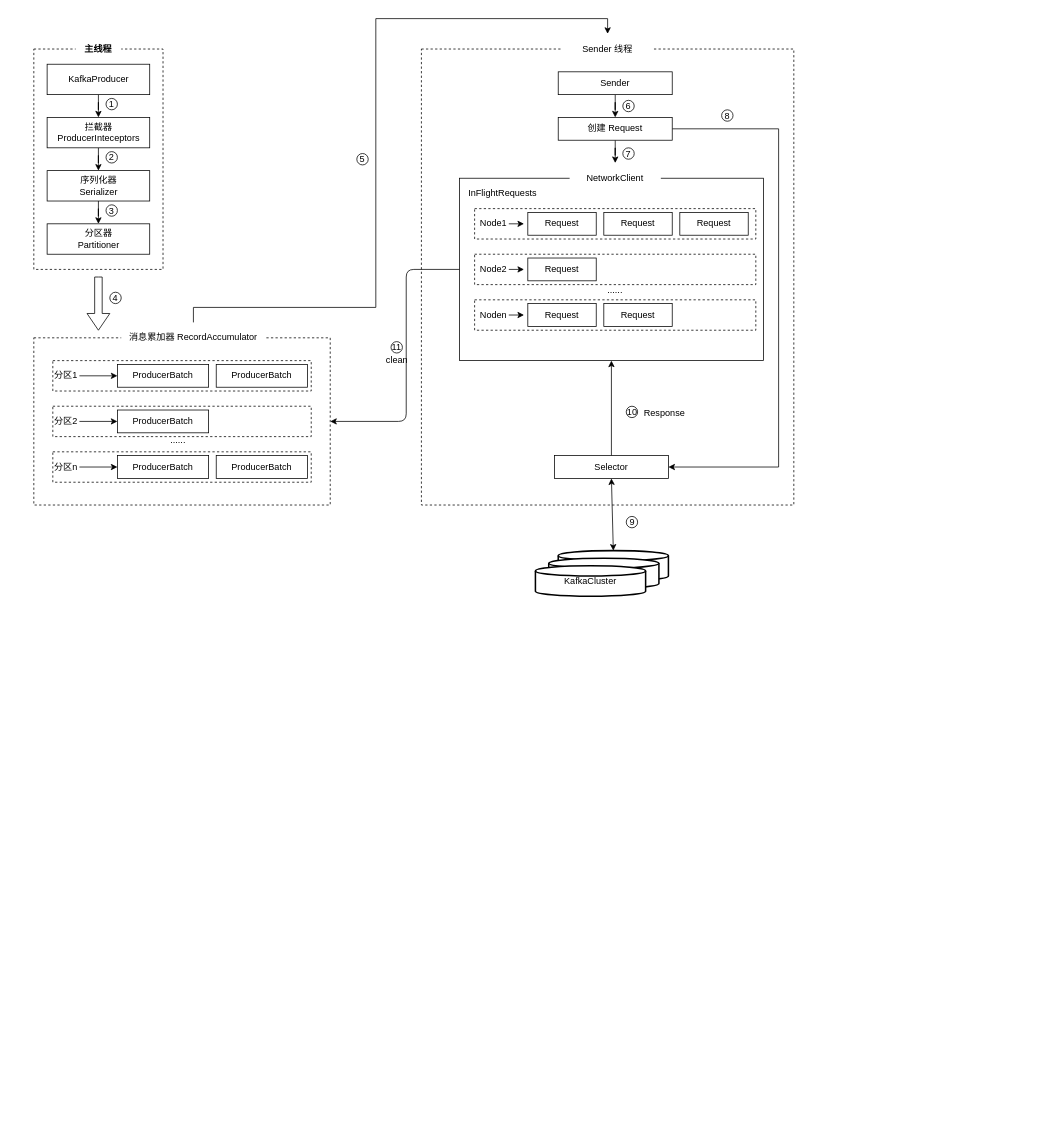
This is kafka_producer.drawio from zhangyuanyin/bigdata_chars, a draw.io file, before an edit. Source tidied: cells renumbered, new cells numbered last; positions are measured from the earlier drawing's top-left corner, leaving out a move shared by most shapes. Both pictures are drawn from the tidied source at 76%, with x=0, y=0 at pixel (33, 18).
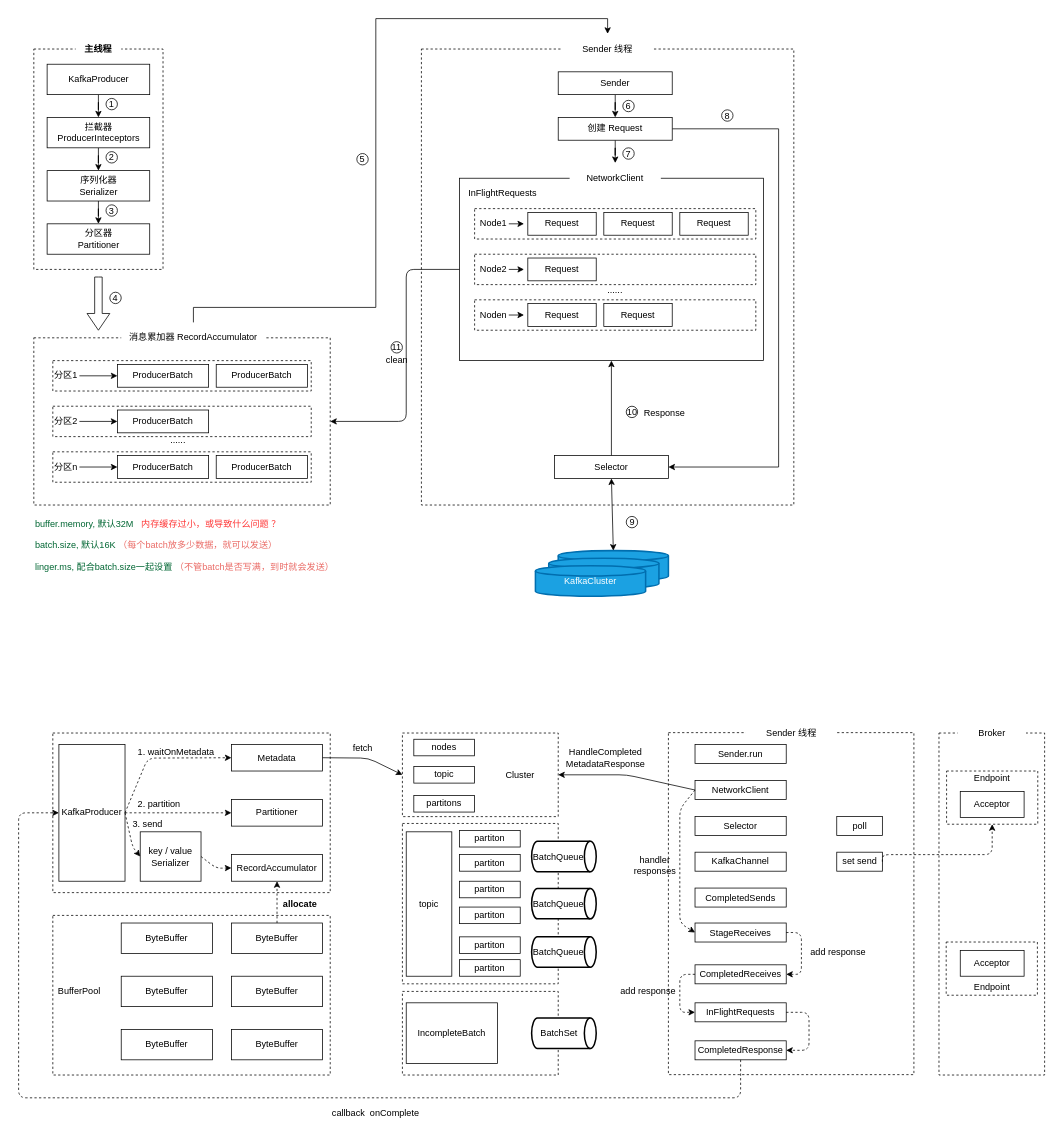
The same diagram, later.

Change to the diagram source:
```diff
@@
-    <mxCell id="57" style="strokeWidth=2;html=1;shape=mxgraph.flowchart.database;whiteSpace=wrap;" parent="1" vertex="1">
+    <mxCell id="57" style="strokeWidth=2;html=1;shape=mxgraph.flowchart.database;whiteSpace=wrap;fillColor=#1ba1e2;strokeColor=#006EAF;fontColor=#ffffff;" parent="1" vertex="1">
       <mxGeometry x="690" y="700" width="145" height="40" as="geometry" />
     </mxCell>
-    <mxCell id="58" style="strokeWidth=2;html=1;shape=mxgraph.flowchart.database;whiteSpace=wrap;" parent="1" vertex="1">
+    <mxCell id="58" style="strokeWidth=2;html=1;shape=mxgraph.flowchart.database;whiteSpace=wrap;fillColor=#1ba1e2;strokeColor=#006EAF;fontColor=#ffffff;" parent="1" vertex="1">
       <mxGeometry x="677.5" y="710" width="145" height="40" as="geometry" />
     </mxCell>
-    <mxCell id="59" value="KafkaCluster" style="strokeWidth=2;html=1;shape=mxgraph.flowchart.database;whiteSpace=wrap;" parent="1" vertex="1">
+    <mxCell id="59" value="KafkaCluster" style="strokeWidth=2;html=1;shape=mxgraph.flowchart.database;whiteSpace=wrap;fillColor=#1ba1e2;strokeColor=#006EAF;fontColor=#ffffff;" parent="1" vertex="1">
       <mxGeometry x="660" y="720" width="145" height="40" as="geometry" />
     </mxCell>
@@
+    <mxCell id="76" value="&lt;font color=&quot;#006633&quot;&gt;buffer.memory, 默认32M&amp;nbsp; &amp;nbsp;&lt;/font&gt;&lt;font color=&quot;#ff3333&quot;&gt;内存缓存过小，或导致什么问题 ？&lt;/font&gt;&lt;br&gt;&lt;br&gt;&lt;font color=&quot;#006633&quot;&gt;batch.size, 默认16K &lt;/font&gt;&lt;font color=&quot;#ea6b66&quot;&gt;（每个batch放多少数据，就可以发送）&lt;/font&gt;&lt;br&gt;&lt;br&gt;&lt;font color=&quot;#006633&quot;&gt;linger.ms, 配合batch.size一起设置&lt;/font&gt;&lt;font color=&quot;#ea6b66&quot;&gt; （不管batch是否写满，到时就会发送）&lt;br&gt;&lt;/font&gt;" style="text;html=1;strokeColor=none;fillColor=none;align=left;verticalAlign=middle;whiteSpace=wrap;rounded=0;" parent="1" vertex="1">
+      <mxGeometry y="655" width="400" height="75" as="geometry" />
+    </mxCell>
+    <mxCell id="77" style="rounded=0;whiteSpace=wrap;html=1;dashed=1;" parent="1" vertex="1">
+      <mxGeometry x="25" y="940" width="365" height="210" as="geometry" />
+    </mxCell>
+    <mxCell id="78" style="rounded=0;whiteSpace=wrap;html=1;dashed=1;" parent="1" vertex="1">
+      <mxGeometry x="25" y="1180" width="365" height="210" as="geometry" />
+    </mxCell>
+    <mxCell id="79" style="rounded=0;whiteSpace=wrap;html=1;dashed=1;" parent="1" vertex="1">
+      <mxGeometry x="485" y="940" width="205" height="110" as="geometry" />
+    </mxCell>
+    <mxCell id="80" style="rounded=0;whiteSpace=wrap;html=1;dashed=1;" parent="1" vertex="1">
+      <mxGeometry x="485" y="1059" width="205" height="211" as="geometry" />
+    </mxCell>
+    <mxCell id="81" style="rounded=0;whiteSpace=wrap;html=1;dashed=1;" parent="1" vertex="1">
+      <mxGeometry x="485" y="1280" width="205" height="110" as="geometry" />
+    </mxCell>
+    <mxCell id="82" style="rounded=0;whiteSpace=wrap;html=1;dashed=1;" parent="1" vertex="1">
+      <mxGeometry x="835" y="939.5" width="323" height="450" as="geometry" />
+    </mxCell>
+    <mxCell id="83" style="rounded=0;whiteSpace=wrap;html=1;dashed=1;" parent="1" vertex="1">
+      <mxGeometry x="1191" y="940" width="139" height="450" as="geometry" />
+    </mxCell>
+    <mxCell id="84" value="KafkaProducer" style="rounded=0;whiteSpace=wrap;html=1;" parent="1" vertex="1">
+      <mxGeometry x="33" y="955" width="87" height="180" as="geometry" />
+    </mxCell>
+    <mxCell id="85" value="key / value&lt;br&gt;Serializer" style="rounded=0;whiteSpace=wrap;html=1;" parent="1" vertex="1">
+      <mxGeometry x="140" y="1070" width="80" height="65" as="geometry" />
+    </mxCell>
+    <mxCell id="86" value="Metadata" style="rounded=0;whiteSpace=wrap;html=1;" parent="1" vertex="1">
+      <mxGeometry x="260" y="955" width="120" height="35" as="geometry" />
+    </mxCell>
+    <mxCell id="87" value="Partitioner" style="rounded=0;whiteSpace=wrap;html=1;" parent="1" vertex="1">
+      <mxGeometry x="260" y="1027.5" width="120" height="35" as="geometry" />
+    </mxCell>
+    <mxCell id="88" value="RecordAccumulator" style="rounded=0;whiteSpace=wrap;html=1;" parent="1" vertex="1">
+      <mxGeometry x="260" y="1100" width="120" height="35" as="geometry" />
+    </mxCell>
+    <mxCell id="89" style="endArrow=classic;html=1;exitX=1;exitY=0.5;exitDx=0;exitDy=0;entryX=0;entryY=0.5;entryDx=0;entryDy=0;dashed=1;" parent="1" edge="1" source="84" target="86">
+      <mxGeometry relative="1" as="geometry">
+        <Array as="points">
+          <mxPoint x="150" y="973" />
+        </Array>
+      </mxGeometry>
+    </mxCell>
+    <mxCell id="90" value="1. waitOnMetadata" style="text;html=1;strokeColor=none;fillColor=none;align=left;verticalAlign=middle;whiteSpace=wrap;rounded=0;" parent="1" vertex="1">
+      <mxGeometry x="135" y="955" width="110" height="20" as="geometry" />
+    </mxCell>
+    <mxCell id="91" style="endArrow=classic;html=1;exitX=1;exitY=0.5;exitDx=0;exitDy=0;entryX=0;entryY=0.5;entryDx=0;entryDy=0;dashed=1;" parent="1" edge="1" source="84" target="87">
+      <mxGeometry relative="1" as="geometry" />
+    </mxCell>
+    <mxCell id="92" value="2. partition" style="text;html=1;strokeColor=none;fillColor=none;align=left;verticalAlign=middle;whiteSpace=wrap;rounded=0;" parent="1" vertex="1">
+      <mxGeometry x="135" y="1024" width="100" height="20" as="geometry" />
+    </mxCell>
+    <mxCell id="93" style="endArrow=classic;html=1;exitX=1;exitY=0.5;exitDx=0;exitDy=0;entryX=0;entryY=0.5;entryDx=0;entryDy=0;dashed=1;" parent="1" edge="1" source="84" target="85">
+      <mxGeometry relative="1" as="geometry">
+        <Array as="points">
+          <mxPoint x="130" y="1090" />
+        </Array>
+      </mxGeometry>
+    </mxCell>
+    <mxCell id="94" value="3. send" style="text;html=1;strokeColor=none;fillColor=none;align=center;verticalAlign=middle;whiteSpace=wrap;rounded=0;" parent="1" vertex="1">
+      <mxGeometry x="120" y="1050" width="60" height="20" as="geometry" />
+    </mxCell>
+    <mxCell id="95" style="endArrow=classic;html=1;exitX=1;exitY=0.5;exitDx=0;exitDy=0;entryX=0;entryY=0.5;entryDx=0;entryDy=0;dashed=1;" parent="1" edge="1" source="85" target="88">
+      <mxGeometry relative="1" as="geometry">
+        <Array as="points">
+          <mxPoint x="240" y="1118" />
+        </Array>
+      </mxGeometry>
+    </mxCell>
+    <mxCell id="96" value="BufferPool" style="text;html=1;strokeColor=none;fillColor=none;align=center;verticalAlign=middle;whiteSpace=wrap;rounded=0;" parent="1" vertex="1">
+      <mxGeometry x="40" y="1270" width="40" height="20" as="geometry" />
+    </mxCell>
+    <mxCell id="97" value="ByteBuffer" style="rounded=0;whiteSpace=wrap;html=1;" parent="1" vertex="1">
+      <mxGeometry x="115" y="1190" width="120" height="40" as="geometry" />
+    </mxCell>
+    <mxCell id="98" style="edgeStyle=orthogonalEdgeStyle;rounded=0;jettySize=auto;html=1;entryX=0.5;entryY=1;entryDx=0;entryDy=0;dashed=1;" parent="1" edge="1" source="99" target="88">
+      <mxGeometry relative="1" as="geometry" />
+    </mxCell>
+    <mxCell id="99" value="ByteBuffer" style="rounded=0;whiteSpace=wrap;html=1;" parent="1" vertex="1">
+      <mxGeometry x="260" y="1190" width="120" height="40" as="geometry" />
+    </mxCell>
+    <mxCell id="100" value="ByteBuffer" style="rounded=0;whiteSpace=wrap;html=1;" parent="1" vertex="1">
+      <mxGeometry x="115" y="1260" width="120" height="40" as="geometry" />
+    </mxCell>
+    <mxCell id="101" value="ByteBuffer" style="rounded=0;whiteSpace=wrap;html=1;" parent="1" vertex="1">
+      <mxGeometry x="115" y="1330" width="120" height="40" as="geometry" />
+    </mxCell>
+    <mxCell id="102" value="ByteBuffer" style="rounded=0;whiteSpace=wrap;html=1;" parent="1" vertex="1">
+      <mxGeometry x="260" y="1260" width="120" height="40" as="geometry" />
+    </mxCell>
+    <mxCell id="103" value="ByteBuffer" style="rounded=0;whiteSpace=wrap;html=1;" parent="1" vertex="1">
+      <mxGeometry x="260" y="1330" width="120" height="40" as="geometry" />
+    </mxCell>
+    <mxCell id="104" value="&lt;b&gt;allocate&lt;/b&gt;" style="text;html=1;align=center;verticalAlign=middle;strokeColor=none;" parent="1" vertex="1">
+      <mxGeometry x="320" y="1155" width="60" height="20" as="geometry" />
+    </mxCell>
+    <mxCell id="105" value="nodes" style="rounded=0;whiteSpace=wrap;html=1;" parent="1" vertex="1">
+      <mxGeometry x="500" y="948.2" width="80" height="21.8" as="geometry" />
+    </mxCell>
+    <mxCell id="106" value="topic" style="rounded=0;whiteSpace=wrap;html=1;" parent="1" vertex="1">
+      <mxGeometry x="500" y="984.1" width="80" height="21.8" as="geometry" />
+    </mxCell>
+    <mxCell id="107" value="partitons" style="rounded=0;whiteSpace=wrap;html=1;" parent="1" vertex="1">
+      <mxGeometry x="500" y="1022.2" width="80" height="21.8" as="geometry" />
+    </mxCell>
+    <mxCell id="108" value="Cluster" style="text;html=1;strokeColor=none;fillColor=none;align=center;verticalAlign=middle;whiteSpace=wrap;rounded=0;" parent="1" vertex="1">
+      <mxGeometry x="620" y="986" width="40" height="20" as="geometry" />
+    </mxCell>
+    <mxCell id="109" value="topic" style="rounded=0;whiteSpace=wrap;html=1;" parent="1" vertex="1">
+      <mxGeometry x="490" y="1070" width="60" height="190" as="geometry" />
+    </mxCell>
+    <mxCell id="110" value="partiton" style="rounded=0;whiteSpace=wrap;html=1;" parent="1" vertex="1">
+      <mxGeometry x="560" y="1100" width="80" height="21.8" as="geometry" />
+    </mxCell>
+    <mxCell id="111" value="partiton" style="rounded=0;whiteSpace=wrap;html=1;" parent="1" vertex="1">
+      <mxGeometry x="560" y="1135" width="80" height="21.8" as="geometry" />
+    </mxCell>
+    <mxCell id="112" value="partiton" style="rounded=0;whiteSpace=wrap;html=1;" parent="1" vertex="1">
+      <mxGeometry x="560" y="1169" width="80" height="21.8" as="geometry" />
+    </mxCell>
+    <mxCell id="113" value="partiton" style="rounded=0;whiteSpace=wrap;html=1;" parent="1" vertex="1">
+      <mxGeometry x="560" y="1208.2" width="80" height="21.8" as="geometry" />
+    </mxCell>
+    <mxCell id="114" value="partiton" style="rounded=0;whiteSpace=wrap;html=1;" parent="1" vertex="1">
+      <mxGeometry x="560" y="1238.2" width="80" height="21.8" as="geometry" />
+    </mxCell>
+    <mxCell id="115" value="partiton" style="rounded=0;whiteSpace=wrap;html=1;" parent="1" vertex="1">
+      <mxGeometry x="560" y="1068.2" width="80" height="21.8" as="geometry" />
+    </mxCell>
+    <mxCell id="116" value="BatchQueue" style="strokeWidth=2;html=1;shape=mxgraph.flowchart.direct_data;whiteSpace=wrap;align=left;" parent="1" vertex="1">
+      <mxGeometry x="655" y="1082.5" width="85" height="40" as="geometry" />
+    </mxCell>
+    <mxCell id="117" value="BatchQueue" style="strokeWidth=2;html=1;shape=mxgraph.flowchart.direct_data;whiteSpace=wrap;align=left;" parent="1" vertex="1">
+      <mxGeometry x="655" y="1144.5" width="85" height="40" as="geometry" />
+    </mxCell>
+    <mxCell id="118" value="BatchQueue" style="strokeWidth=2;html=1;shape=mxgraph.flowchart.direct_data;whiteSpace=wrap;align=left;" parent="1" vertex="1">
+      <mxGeometry x="655" y="1208.2" width="85" height="40" as="geometry" />
+    </mxCell>
+    <mxCell id="119" value="IncompleteBatch" style="rounded=0;whiteSpace=wrap;html=1;" parent="1" vertex="1">
+      <mxGeometry x="490" y="1295" width="120" height="80" as="geometry" />
+    </mxCell>
+    <mxCell id="120" value="&amp;nbsp; &amp;nbsp;BatchSet" style="strokeWidth=2;html=1;shape=mxgraph.flowchart.direct_data;whiteSpace=wrap;align=left;" parent="1" vertex="1">
+      <mxGeometry x="655" y="1315" width="85" height="40" as="geometry" />
+    </mxCell>
+    <mxCell id="121" value="Sender 线程" style="rounded=0;whiteSpace=wrap;html=1;strokeColor=none;" parent="1" vertex="1">
+      <mxGeometry x="936.5" y="920" width="120" height="40" as="geometry" />
+    </mxCell>
+    <mxCell id="122" value="Sender.run" style="rounded=0;whiteSpace=wrap;html=1;" parent="1" vertex="1">
+      <mxGeometry x="870" y="955" width="120" height="25" as="geometry" />
+    </mxCell>
+    <mxCell id="123" value="NetworkClient" style="rounded=0;whiteSpace=wrap;html=1;" parent="1" vertex="1">
+      <mxGeometry x="870" y="1002.5" width="120" height="25" as="geometry" />
+    </mxCell>
+    <mxCell id="124" value="Selector" style="rounded=0;whiteSpace=wrap;html=1;" parent="1" vertex="1">
+      <mxGeometry x="870" y="1050" width="120" height="25" as="geometry" />
+    </mxCell>
+    <mxCell id="125" value="KafkaChannel" style="rounded=0;whiteSpace=wrap;html=1;" parent="1" vertex="1">
+      <mxGeometry x="870" y="1096.8" width="120" height="25" as="geometry" />
+    </mxCell>
+    <mxCell id="126" value="CompletedSends" style="rounded=0;whiteSpace=wrap;html=1;" parent="1" vertex="1">
+      <mxGeometry x="870" y="1144" width="120" height="25" as="geometry" />
+    </mxCell>
+    <mxCell id="127" value="StageReceives" style="rounded=0;whiteSpace=wrap;html=1;" parent="1" vertex="1">
+      <mxGeometry x="870" y="1190" width="120" height="25" as="geometry" />
+    </mxCell>
+    <mxCell id="128" value="CompletedReceives" style="rounded=0;whiteSpace=wrap;html=1;" parent="1" vertex="1">
+      <mxGeometry x="870" y="1245" width="120" height="25" as="geometry" />
+    </mxCell>
+    <mxCell id="129" value="InFlightRequests" style="rounded=0;whiteSpace=wrap;html=1;" parent="1" vertex="1">
+      <mxGeometry x="870" y="1295" width="120" height="25" as="geometry" />
+    </mxCell>
+    <mxCell id="130" value="CompletedResponse" style="rounded=0;whiteSpace=wrap;html=1;" parent="1" vertex="1">
+      <mxGeometry x="870" y="1345" width="120" height="25" as="geometry" />
+    </mxCell>
+    <mxCell id="131" value="poll" style="rounded=0;whiteSpace=wrap;html=1;" parent="1" vertex="1">
+      <mxGeometry x="1056.5" y="1050" width="60" height="25" as="geometry" />
+    </mxCell>
+    <mxCell id="132" value="set send" style="rounded=0;whiteSpace=wrap;html=1;" parent="1" vertex="1">
+      <mxGeometry x="1056.5" y="1096.8" width="60" height="25" as="geometry" />
+    </mxCell>
+    <mxCell id="133" value="Broker" style="rounded=0;whiteSpace=wrap;html=1;strokeColor=none;" parent="1" vertex="1">
+      <mxGeometry x="1215.5" y="920" width="90" height="40" as="geometry" />
+    </mxCell>
+    <mxCell id="134" style="rounded=0;whiteSpace=wrap;html=1;dashed=1;" parent="1" vertex="1">
+      <mxGeometry x="1201" y="990" width="120" height="70" as="geometry" />
+    </mxCell>
+    <mxCell id="135" value="Acceptor" style="rounded=0;whiteSpace=wrap;html=1;" parent="1" vertex="1">
+      <mxGeometry x="1219" y="1017" width="84" height="34" as="geometry" />
+    </mxCell>
+    <mxCell id="136" value="Endpoint" style="text;html=1;strokeColor=none;fillColor=none;align=center;verticalAlign=middle;whiteSpace=wrap;rounded=0;" parent="1" vertex="1">
+      <mxGeometry x="1240.5" y="993" width="40" height="13" as="geometry" />
+    </mxCell>
+    <mxCell id="137" style="rounded=0;whiteSpace=wrap;html=1;dashed=1;" parent="1" vertex="1">
+      <mxGeometry x="1200.5" y="1215" width="120" height="70" as="geometry" />
+    </mxCell>
+    <mxCell id="138" value="Acceptor" style="rounded=0;whiteSpace=wrap;html=1;" parent="1" vertex="1">
+      <mxGeometry x="1219" y="1226" width="84" height="34" as="geometry" />
+    </mxCell>
+    <mxCell id="139" value="Endpoint" style="text;html=1;strokeColor=none;fillColor=none;align=center;verticalAlign=middle;whiteSpace=wrap;rounded=0;" parent="1" vertex="1">
+      <mxGeometry x="1240.5" y="1267" width="40" height="13" as="geometry" />
+    </mxCell>
+    <mxCell id="140" style="endArrow=classic;html=1;exitX=1;exitY=0.5;exitDx=0;exitDy=0;entryX=0;entryY=0.5;entryDx=0;entryDy=0;" parent="1" edge="1" source="86" target="79">
+      <mxGeometry relative="1" as="geometry">
+        <Array as="points">
+          <mxPoint x="440" y="973" />
+        </Array>
+      </mxGeometry>
+    </mxCell>
+    <mxCell id="141" value="fetch" style="text;html=1;strokeColor=none;fillColor=none;align=center;verticalAlign=middle;whiteSpace=wrap;rounded=0;" parent="1" vertex="1">
+      <mxGeometry x="413" y="950" width="40" height="20" as="geometry" />
+    </mxCell>
+    <mxCell id="142" style="endArrow=classic;html=1;exitX=0;exitY=0.5;exitDx=0;exitDy=0;entryX=1;entryY=0.5;entryDx=0;entryDy=0;" parent="1" edge="1" source="123" target="79">
+      <mxGeometry relative="1" as="geometry">
+        <Array as="points">
+          <mxPoint x="780" y="995" />
+        </Array>
+      </mxGeometry>
+    </mxCell>
+    <mxCell id="143" value="HandleCompleted&lt;br&gt;MetadataResponse" style="text;html=1;strokeColor=none;fillColor=none;align=center;verticalAlign=middle;whiteSpace=wrap;rounded=0;" parent="1" vertex="1">
+      <mxGeometry x="695" y="962.5" width="115" height="20" as="geometry" />
+    </mxCell>
+    <mxCell id="144" style="endArrow=classic;html=1;exitX=0;exitY=0.5;exitDx=0;exitDy=0;entryX=0;entryY=0.5;entryDx=0;entryDy=0;dashed=1;" parent="1" edge="1" source="123" target="127">
+      <mxGeometry relative="1" as="geometry">
+        <Array as="points">
+          <mxPoint x="850" y="1040" />
+          <mxPoint x="850" y="1110" />
+          <mxPoint x="850" y="1190" />
+        </Array>
+      </mxGeometry>
+    </mxCell>
+    <mxCell id="145" value="handler&lt;br&gt;responses" style="text;html=1;strokeColor=none;fillColor=none;align=center;verticalAlign=middle;whiteSpace=wrap;rounded=0;" parent="1" vertex="1">
+      <mxGeometry x="790" y="1100" width="55" height="27.5" as="geometry" />
+    </mxCell>
+    <mxCell id="146" style="edgeStyle=elbowEdgeStyle;elbow=vertical;endArrow=classic;html=1;dashed=1;exitX=1;exitY=0.5;exitDx=0;exitDy=0;entryX=1;entryY=0.5;entryDx=0;entryDy=0;" parent="1" edge="1" source="127" target="128">
+      <mxGeometry relative="1" as="geometry">
+        <Array as="points">
+          <mxPoint x="1010" y="1230" />
+        </Array>
+      </mxGeometry>
+    </mxCell>
+    <mxCell id="147" value="add response" style="text;html=1;strokeColor=none;fillColor=none;align=center;verticalAlign=middle;whiteSpace=wrap;rounded=0;" parent="1" vertex="1">
+      <mxGeometry x="1017" y="1218" width="83" height="20" as="geometry" />
+    </mxCell>
+    <mxCell id="148" style="edgeStyle=elbowEdgeStyle;elbow=vertical;endArrow=classic;html=1;dashed=1;exitX=0;exitY=0.5;exitDx=0;exitDy=0;entryX=0;entryY=0.5;entryDx=0;entryDy=0;" parent="1" edge="1" source="128" target="129">
+      <mxGeometry relative="1" as="geometry">
+        <Array as="points">
+          <mxPoint x="850" y="1333" />
+        </Array>
+      </mxGeometry>
+    </mxCell>
+    <mxCell id="149" value="add response" style="text;html=1;strokeColor=none;fillColor=none;align=center;verticalAlign=middle;whiteSpace=wrap;rounded=0;" parent="1" vertex="1">
+      <mxGeometry x="767" y="1270" width="83" height="20" as="geometry" />
+    </mxCell>
+    <mxCell id="150" style="edgeStyle=elbowEdgeStyle;elbow=vertical;endArrow=classic;html=1;dashed=1;exitX=1;exitY=0.5;exitDx=0;exitDy=0;entryX=1;entryY=0.5;entryDx=0;entryDy=0;" parent="1" edge="1" source="129" target="130">
+      <mxGeometry relative="1" as="geometry">
+        <Array as="points">
+          <mxPoint x="1020" y="1333" />
+        </Array>
+      </mxGeometry>
+    </mxCell>
+    <mxCell id="151" style="endArrow=classic;html=1;dashed=1;exitX=0.5;exitY=1;exitDx=0;exitDy=0;entryX=0;entryY=0.5;entryDx=0;entryDy=0;" parent="1" edge="1" source="130" target="84">
+      <mxGeometry relative="1" as="geometry">
+        <Array as="points">
+          <mxPoint x="930" y="1420" />
+          <mxPoint x="67" y="1420" />
+          <mxPoint x="-20" y="1420" />
+          <mxPoint x="-20" y="1045" />
+        </Array>
+      </mxGeometry>
+    </mxCell>
+    <mxCell id="152" value="callback&amp;nbsp; onComplete" style="text;html=1;strokeColor=none;fillColor=none;align=center;verticalAlign=middle;whiteSpace=wrap;rounded=0;" parent="1" vertex="1">
+      <mxGeometry x="370" y="1430" width="160" height="20" as="geometry" />
+    </mxCell>
+    <mxCell id="153" style="edgeStyle=elbowEdgeStyle;elbow=vertical;endArrow=classic;html=1;dashed=1;exitX=1;exitY=0.5;exitDx=0;exitDy=0;entryX=0.5;entryY=1;entryDx=0;entryDy=0;" parent="1" edge="1" source="132" target="134">
+      <mxGeometry relative="1" as="geometry">
+        <Array as="points">
+          <mxPoint x="1200" y="1100" />
+        </Array>
+      </mxGeometry>
+    </mxCell>
```
